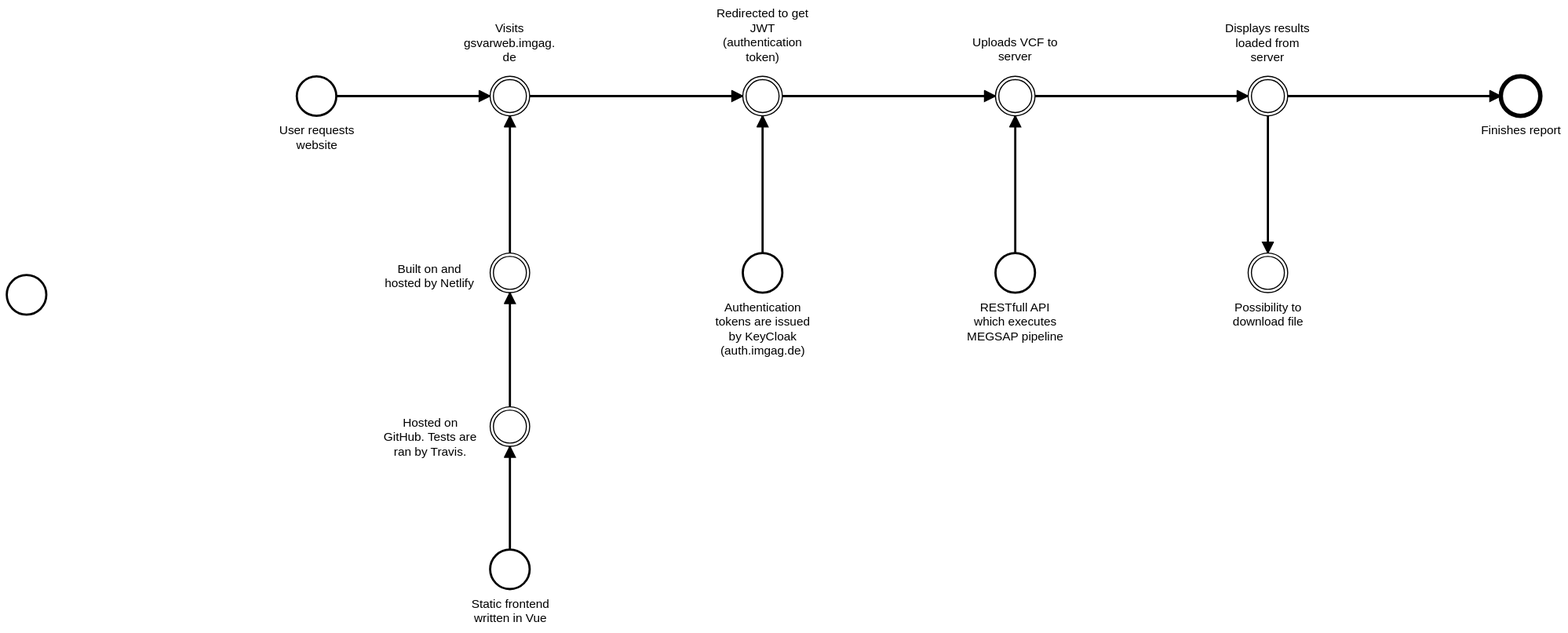
This is docs/user_flow.svg from imgag/GSVarWeb, a BPMN export, as it was before one commit. Its source is kept beside it as docs/user_flow.bpmn. Ids are renumbered. The source it was exported from:
```xml
<bpmn:definitions xmlns:xsi="http://www.w3.org/2001/XMLSchema-instance" xmlns:bpmn="http://www.omg.org/spec/BPMN/20100524/MODEL" xmlns:bpmndi="http://www.omg.org/spec/BPMN/20100524/DI" xmlns:dc="http://www.omg.org/spec/DD/20100524/DC" xmlns:di="http://www.omg.org/spec/DD/20100524/DI" id="Definitions_n1" targetNamespace="http://bpmn.io/schema/bpmn" exporter="bpmn-js (https://demo.bpmn.io)" exporterVersion="4.1.0-beta.0">
  <bpmn:process id="Process_n2" isExecutable="false">
    <bpmn:startEvent id="StartEvent_n3" name="User requests website">
      <bpmn:outgoing>SequenceFlow_n4</bpmn:outgoing>
    </bpmn:startEvent>
    <bpmn:sequenceFlow id="SequenceFlow_n4" sourceRef="StartEvent_n3" targetRef="IntermediateThrowEvent_n5" />
    <bpmn:intermediateThrowEvent id="IntermediateThrowEvent_n5" name="Visits gsvarweb.imgag.de">
      <bpmn:incoming>SequenceFlow_n4</bpmn:incoming>
      <bpmn:incoming>SequenceFlow_n6</bpmn:incoming>
      <bpmn:outgoing>SequenceFlow_n7</bpmn:outgoing>
    </bpmn:intermediateThrowEvent>
    <bpmn:sequenceFlow id="SequenceFlow_n7" sourceRef="IntermediateThrowEvent_n5" targetRef="IntermediateThrowEvent_n8" />
    <bpmn:startEvent id="StartEvent_n9" name="Static frontend written in Vue">
      <bpmn:outgoing>SequenceFlow_n10</bpmn:outgoing>
    </bpmn:startEvent>
    <bpmn:intermediateThrowEvent id="IntermediateThrowEvent_n11" name="Built on and hosted by Netlify">
      <bpmn:incoming>SequenceFlow_n12</bpmn:incoming>
      <bpmn:outgoing>SequenceFlow_n6</bpmn:outgoing>
    </bpmn:intermediateThrowEvent>
    <bpmn:sequenceFlow id="SequenceFlow_n10" sourceRef="StartEvent_n9" targetRef="IntermediateThrowEvent_n13" />
    <bpmn:sequenceFlow id="SequenceFlow_n6" sourceRef="IntermediateThrowEvent_n11" targetRef="IntermediateThrowEvent_n5" />
    <bpmn:intermediateThrowEvent id="IntermediateThrowEvent_n8" name="Redirected to get JWT (authentication token)">
      <bpmn:incoming>SequenceFlow_n7</bpmn:incoming>
      <bpmn:incoming>SequenceFlow_n14</bpmn:incoming>
      <bpmn:outgoing>SequenceFlow_n15</bpmn:outgoing>
    </bpmn:intermediateThrowEvent>
    <bpmn:startEvent id="StartEvent_n16" name="Authentication tokens are issued by KeyCloak (auth.imgag.de)">
      <bpmn:outgoing>SequenceFlow_n14</bpmn:outgoing>
    </bpmn:startEvent>
    <bpmn:sequenceFlow id="SequenceFlow_n14" sourceRef="StartEvent_n16" targetRef="IntermediateThrowEvent_n8" />
    <bpmn:intermediateThrowEvent id="IntermediateThrowEvent_n13" name="Hosted on GitHub. Tests are ran by Travis.">
      <bpmn:incoming>SequenceFlow_n10</bpmn:incoming>
      <bpmn:outgoing>SequenceFlow_n12</bpmn:outgoing>
    </bpmn:intermediateThrowEvent>
    <bpmn:sequenceFlow id="SequenceFlow_n12" sourceRef="IntermediateThrowEvent_n13" targetRef="IntermediateThrowEvent_n11" />
    <bpmn:intermediateThrowEvent id="IntermediateThrowEvent_n17" name="Uploads VCF to server">
      <bpmn:incoming>SequenceFlow_n15</bpmn:incoming>
      <bpmn:incoming>SequenceFlow_n18</bpmn:incoming>
      <bpmn:outgoing>SequenceFlow_n19</bpmn:outgoing>
    </bpmn:intermediateThrowEvent>
    <bpmn:sequenceFlow id="SequenceFlow_n15" sourceRef="IntermediateThrowEvent_n8" targetRef="IntermediateThrowEvent_n17" />
    <bpmn:startEvent id="StartEvent_n20" name="RESTfull API which executes MEGSAP pipeline">
      <bpmn:outgoing>SequenceFlow_n18</bpmn:outgoing>
    </bpmn:startEvent>
    <bpmn:sequenceFlow id="SequenceFlow_n18" sourceRef="StartEvent_n20" targetRef="IntermediateThrowEvent_n17" />
    <bpmn:startEvent id="StartEvent_n21" />
    <bpmn:intermediateThrowEvent id="IntermediateThrowEvent_n22" name="Displays results loaded from server">
      <bpmn:incoming>SequenceFlow_n19</bpmn:incoming>
      <bpmn:outgoing>SequenceFlow_n23</bpmn:outgoing>
      <bpmn:outgoing>SequenceFlow_n24</bpmn:outgoing>
    </bpmn:intermediateThrowEvent>
    <bpmn:sequenceFlow id="SequenceFlow_n19" sourceRef="IntermediateThrowEvent_n17" targetRef="IntermediateThrowEvent_n22" />
    <bpmn:intermediateThrowEvent id="IntermediateThrowEvent_n25" name="Possibility to download file">
      <bpmn:incoming>SequenceFlow_n23</bpmn:incoming>
    </bpmn:intermediateThrowEvent>
    <bpmn:sequenceFlow id="SequenceFlow_n23" sourceRef="IntermediateThrowEvent_n22" targetRef="IntermediateThrowEvent_n25" />
    <bpmn:endEvent id="EndEvent_n26" name="Finishes report">
      <bpmn:incoming>SequenceFlow_n24</bpmn:incoming>
    </bpmn:endEvent>
    <bpmn:sequenceFlow id="SequenceFlow_n24" sourceRef="IntermediateThrowEvent_n22" targetRef="EndEvent_n26" />
  </bpmn:process>
  <bpmndi:BPMNDiagram id="BPMNDiagram_1">
    <bpmndi:BPMNPlane id="BPMNPlane_1" bpmnElement="Process_n2">
      <bpmndi:BPMNShape id="_BPMNShape_StartEvent_2" bpmnElement="StartEvent_n3">
        <dc:Bounds x="416" y="141" width="36" height="36" />
        <bpmndi:BPMNLabel>
          <dc:Bounds x="400" y="184" width="69" height="27" />
        </bpmndi:BPMNLabel>
      </bpmndi:BPMNShape>
      <bpmndi:BPMNEdge id="SequenceFlow_n4_di" bpmnElement="SequenceFlow_n4">
        <di:waypoint x="452" y="159" />
        <di:waypoint x="592" y="159" />
      </bpmndi:BPMNEdge>
      <bpmndi:BPMNShape id="IntermediateThrowEvent_n5_di" bpmnElement="IntermediateThrowEvent_n5">
        <dc:Bounds x="592" y="141" width="36" height="36" />
        <bpmndi:BPMNLabel>
          <dc:Bounds x="568" y="91" width="84" height="40" />
        </bpmndi:BPMNLabel>
      </bpmndi:BPMNShape>
      <bpmndi:BPMNEdge id="SequenceFlow_n7_di" bpmnElement="SequenceFlow_n7">
        <di:waypoint x="628" y="159" />
        <di:waypoint x="822" y="159" />
      </bpmndi:BPMNEdge>
      <bpmndi:BPMNShape id="StartEvent_n9_di" bpmnElement="StartEvent_n9">
        <dc:Bounds x="592" y="572" width="36" height="36" />
        <bpmndi:BPMNLabel>
          <dc:Bounds x="575" y="615" width="71" height="27" />
        </bpmndi:BPMNLabel>
      </bpmndi:BPMNShape>
      <bpmndi:BPMNShape id="IntermediateThrowEvent_n11_di" bpmnElement="IntermediateThrowEvent_n11">
        <dc:Bounds x="592" y="302" width="36" height="36" />
        <bpmndi:BPMNLabel>
          <dc:Bounds x="496" y="310" width="82" height="27" />
        </bpmndi:BPMNLabel>
      </bpmndi:BPMNShape>
      <bpmndi:BPMNEdge id="SequenceFlow_n10_di" bpmnElement="SequenceFlow_n10">
        <di:waypoint x="610" y="572" />
        <di:waypoint x="610" y="478" />
      </bpmndi:BPMNEdge>
      <bpmndi:BPMNEdge id="SequenceFlow_n6_di" bpmnElement="SequenceFlow_n6">
        <di:waypoint x="610" y="302" />
        <di:waypoint x="610" y="177" />
      </bpmndi:BPMNEdge>
      <bpmndi:BPMNShape id="IntermediateThrowEvent_n8_di" bpmnElement="IntermediateThrowEvent_n8">
        <dc:Bounds x="822" y="141" width="36" height="36" />
        <bpmndi:BPMNLabel>
          <dc:Bounds x="798" y="77.5" width="84" height="53" />
        </bpmndi:BPMNLabel>
      </bpmndi:BPMNShape>
      <bpmndi:BPMNShape id="StartEvent_n16_di" bpmnElement="StartEvent_n16">
        <dc:Bounds x="822" y="302" width="36" height="36" />
        <bpmndi:BPMNLabel>
          <dc:Bounds x="797" y="345" width="87" height="53" />
        </bpmndi:BPMNLabel>
      </bpmndi:BPMNShape>
      <bpmndi:BPMNEdge id="SequenceFlow_n14_di" bpmnElement="SequenceFlow_n14">
        <di:waypoint x="840" y="302" />
        <di:waypoint x="840" y="177" />
      </bpmndi:BPMNEdge>
      <bpmndi:BPMNShape id="IntermediateThrowEvent_n13_di" bpmnElement="IntermediateThrowEvent_n13">
        <dc:Bounds x="592" y="442" width="36" height="36" />
        <bpmndi:BPMNLabel>
          <dc:Bounds x="495" y="450" width="85" height="40" />
        </bpmndi:BPMNLabel>
      </bpmndi:BPMNShape>
      <bpmndi:BPMNEdge id="SequenceFlow_n12_di" bpmnElement="SequenceFlow_n12">
        <di:waypoint x="610" y="442" />
        <di:waypoint x="610" y="338" />
      </bpmndi:BPMNEdge>
      <bpmndi:BPMNShape id="IntermediateThrowEvent_n17_di" bpmnElement="IntermediateThrowEvent_n17">
        <dc:Bounds x="1052" y="141" width="36" height="36" />
        <bpmndi:BPMNLabel>
          <dc:Bounds x="1031" y="103.5" width="78" height="27" />
        </bpmndi:BPMNLabel>
      </bpmndi:BPMNShape>
      <bpmndi:BPMNEdge id="SequenceFlow_n15_di" bpmnElement="SequenceFlow_n15">
        <di:waypoint x="858" y="159" />
        <di:waypoint x="1052" y="159" />
      </bpmndi:BPMNEdge>
      <bpmndi:BPMNShape id="StartEvent_n20_di" bpmnElement="StartEvent_n20">
        <dc:Bounds x="1052" y="302" width="36" height="36" />
        <bpmndi:BPMNLabel>
          <dc:Bounds x="1026" y="345" width="89" height="40" />
        </bpmndi:BPMNLabel>
      </bpmndi:BPMNShape>
      <bpmndi:BPMNEdge id="SequenceFlow_n18_di" bpmnElement="SequenceFlow_n18">
        <di:waypoint x="1070" y="302" />
        <di:waypoint x="1070" y="177" />
      </bpmndi:BPMNEdge>
      <bpmndi:BPMNShape id="StartEvent_n21_di" bpmnElement="StartEvent_n21">
        <dc:Bounds x="152" y="322" width="36" height="36" />
      </bpmndi:BPMNShape>
      <bpmndi:BPMNShape id="IntermediateThrowEvent_n22_di" bpmnElement="IntermediateThrowEvent_n22">
        <dc:Bounds x="1282" y="141" width="36" height="36" />
        <bpmndi:BPMNLabel>
          <dc:Bounds x="1261" y="91" width="78" height="40" />
        </bpmndi:BPMNLabel>
      </bpmndi:BPMNShape>
      <bpmndi:BPMNEdge id="SequenceFlow_n19_di" bpmnElement="SequenceFlow_n19">
        <di:waypoint x="1088" y="159" />
        <di:waypoint x="1282" y="159" />
      </bpmndi:BPMNEdge>
      <bpmndi:BPMNShape id="IntermediateThrowEvent_n25_di" bpmnElement="IntermediateThrowEvent_n25">
        <dc:Bounds x="1282" y="302" width="36" height="36" />
        <bpmndi:BPMNLabel>
          <dc:Bounds x="1268" y="345" width="65" height="27" />
        </bpmndi:BPMNLabel>
      </bpmndi:BPMNShape>
      <bpmndi:BPMNEdge id="SequenceFlow_n23_di" bpmnElement="SequenceFlow_n23">
        <di:waypoint x="1300" y="177" />
        <di:waypoint x="1300" y="302" />
      </bpmndi:BPMNEdge>
      <bpmndi:BPMNShape id="EndEvent_n26_di" bpmnElement="EndEvent_n26">
        <dc:Bounds x="1512" y="141" width="36" height="36" />
        <bpmndi:BPMNLabel>
          <dc:Bounds x="1494" y="184" width="73" height="14" />
        </bpmndi:BPMNLabel>
      </bpmndi:BPMNShape>
      <bpmndi:BPMNEdge id="SequenceFlow_n24_di" bpmnElement="SequenceFlow_n24">
        <di:waypoint x="1318" y="159" />
        <di:waypoint x="1512" y="159" />
      </bpmndi:BPMNEdge>
    </bpmndi:BPMNPlane>
  </bpmndi:BPMNDiagram>
</bpmn:definitions>
```
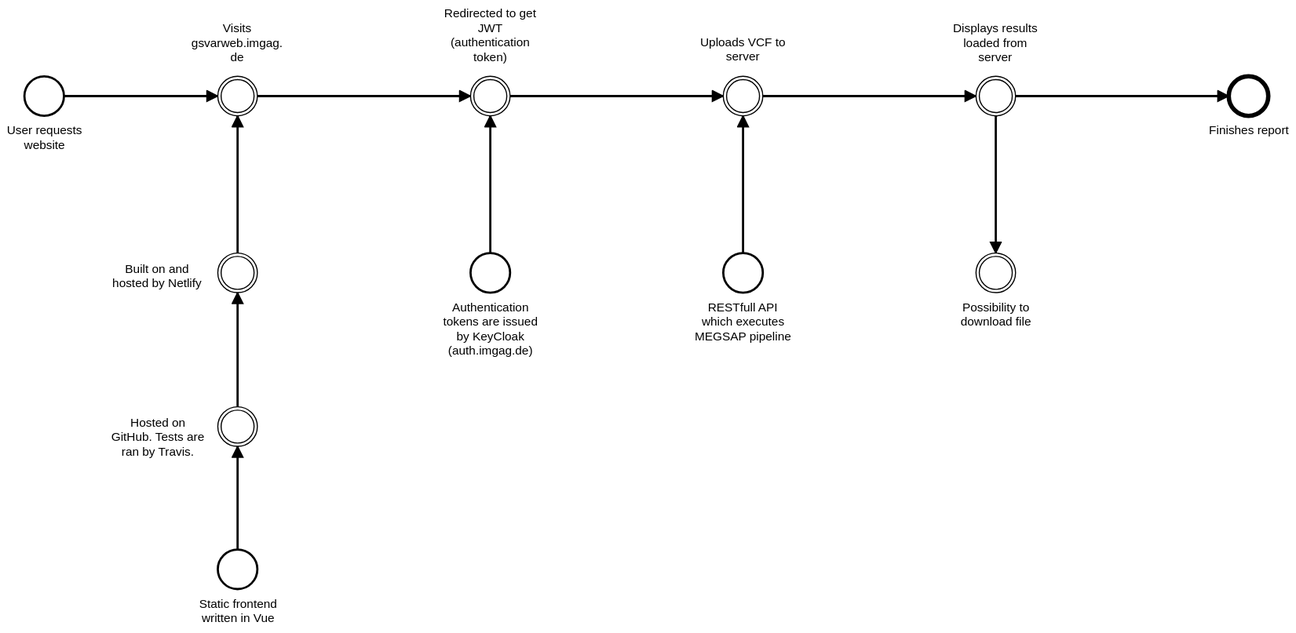
Above is the later version.

Commit message:
Remove obsolete nodes from bpmn.

Diff of the diagram source:
```diff
@@ -43,7 +43,6 @@
       <bpmn:outgoing>SequenceFlow_n18</bpmn:outgoing>
     </bpmn:startEvent>
     <bpmn:sequenceFlow id="SequenceFlow_n18" sourceRef="StartEvent_n20" targetRef="IntermediateThrowEvent_n17" />
-    <bpmn:startEvent id="StartEvent_n21" />
     <bpmn:intermediateThrowEvent id="IntermediateThrowEvent_n22" name="Displays results loaded from server">
       <bpmn:incoming>SequenceFlow_n19</bpmn:incoming>
       <bpmn:outgoing>SequenceFlow_n23</bpmn:outgoing>
@@ -62,123 +61,120 @@
   <bpmndi:BPMNDiagram id="BPMNDiagram_1">
     <bpmndi:BPMNPlane id="BPMNPlane_1" bpmnElement="Process_n2">
       <bpmndi:BPMNShape id="_BPMNShape_StartEvent_2" bpmnElement="StartEvent_n3">
-        <dc:Bounds x="416" y="141" width="36" height="36" />
+        <dc:Bounds x="176" y="141" width="36" height="36" />
         <bpmndi:BPMNLabel>
-          <dc:Bounds x="400" y="184" width="69" height="27" />
+          <dc:Bounds x="160" y="184" width="69" height="27" />
         </bpmndi:BPMNLabel>
       </bpmndi:BPMNShape>
       <bpmndi:BPMNEdge id="SequenceFlow_n4_di" bpmnElement="SequenceFlow_n4">
-        <di:waypoint x="452" y="159" />
-        <di:waypoint x="592" y="159" />
+        <di:waypoint x="212" y="159" />
+        <di:waypoint x="352" y="159" />
       </bpmndi:BPMNEdge>
       <bpmndi:BPMNShape id="IntermediateThrowEvent_n5_di" bpmnElement="IntermediateThrowEvent_n5">
-        <dc:Bounds x="592" y="141" width="36" height="36" />
+        <dc:Bounds x="352" y="141" width="36" height="36" />
         <bpmndi:BPMNLabel>
-          <dc:Bounds x="568" y="91" width="84" height="40" />
+          <dc:Bounds x="328" y="91" width="84" height="40" />
         </bpmndi:BPMNLabel>
       </bpmndi:BPMNShape>
       <bpmndi:BPMNEdge id="SequenceFlow_n7_di" bpmnElement="SequenceFlow_n7">
-        <di:waypoint x="628" y="159" />
-        <di:waypoint x="822" y="159" />
+        <di:waypoint x="388" y="159" />
+        <di:waypoint x="582" y="159" />
       </bpmndi:BPMNEdge>
       <bpmndi:BPMNShape id="StartEvent_n9_di" bpmnElement="StartEvent_n9">
-        <dc:Bounds x="592" y="572" width="36" height="36" />
+        <dc:Bounds x="352" y="572" width="36" height="36" />
         <bpmndi:BPMNLabel>
-          <dc:Bounds x="575" y="615" width="71" height="27" />
+          <dc:Bounds x="335" y="615" width="71" height="27" />
         </bpmndi:BPMNLabel>
       </bpmndi:BPMNShape>
       <bpmndi:BPMNShape id="IntermediateThrowEvent_n11_di" bpmnElement="IntermediateThrowEvent_n11">
-        <dc:Bounds x="592" y="302" width="36" height="36" />
+        <dc:Bounds x="352" y="302" width="36" height="36" />
         <bpmndi:BPMNLabel>
-          <dc:Bounds x="496" y="310" width="82" height="27" />
+          <dc:Bounds x="256" y="310" width="82" height="27" />
         </bpmndi:BPMNLabel>
       </bpmndi:BPMNShape>
       <bpmndi:BPMNEdge id="SequenceFlow_n10_di" bpmnElement="SequenceFlow_n10">
-        <di:waypoint x="610" y="572" />
-        <di:waypoint x="610" y="478" />
+        <di:waypoint x="370" y="572" />
+        <di:waypoint x="370" y="478" />
       </bpmndi:BPMNEdge>
       <bpmndi:BPMNEdge id="SequenceFlow_n6_di" bpmnElement="SequenceFlow_n6">
-        <di:waypoint x="610" y="302" />
-        <di:waypoint x="610" y="177" />
+        <di:waypoint x="370" y="302" />
+        <di:waypoint x="370" y="177" />
       </bpmndi:BPMNEdge>
       <bpmndi:BPMNShape id="IntermediateThrowEvent_n8_di" bpmnElement="IntermediateThrowEvent_n8">
-        <dc:Bounds x="822" y="141" width="36" height="36" />
+        <dc:Bounds x="582" y="141" width="36" height="36" />
         <bpmndi:BPMNLabel>
-          <dc:Bounds x="798" y="77.5" width="84" height="53" />
+          <dc:Bounds x="558" y="77.5" width="84" height="53" />
         </bpmndi:BPMNLabel>
       </bpmndi:BPMNShape>
       <bpmndi:BPMNShape id="StartEvent_n16_di" bpmnElement="StartEvent_n16">
-        <dc:Bounds x="822" y="302" width="36" height="36" />
+        <dc:Bounds x="582" y="302" width="36" height="36" />
         <bpmndi:BPMNLabel>
-          <dc:Bounds x="797" y="345" width="87" height="53" />
+          <dc:Bounds x="557" y="345" width="87" height="53" />
         </bpmndi:BPMNLabel>
       </bpmndi:BPMNShape>
       <bpmndi:BPMNEdge id="SequenceFlow_n14_di" bpmnElement="SequenceFlow_n14">
-        <di:waypoint x="840" y="302" />
-        <di:waypoint x="840" y="177" />
+        <di:waypoint x="600" y="302" />
+        <di:waypoint x="600" y="177" />
       </bpmndi:BPMNEdge>
       <bpmndi:BPMNShape id="IntermediateThrowEvent_n13_di" bpmnElement="IntermediateThrowEvent_n13">
-        <dc:Bounds x="592" y="442" width="36" height="36" />
+        <dc:Bounds x="352" y="442" width="36" height="36" />
         <bpmndi:BPMNLabel>
-          <dc:Bounds x="495" y="450" width="85" height="40" />
+          <dc:Bounds x="255" y="450" width="85" height="40" />
         </bpmndi:BPMNLabel>
       </bpmndi:BPMNShape>
       <bpmndi:BPMNEdge id="SequenceFlow_n12_di" bpmnElement="SequenceFlow_n12">
-        <di:waypoint x="610" y="442" />
-        <di:waypoint x="610" y="338" />
+        <di:waypoint x="370" y="442" />
+        <di:waypoint x="370" y="338" />
       </bpmndi:BPMNEdge>
       <bpmndi:BPMNShape id="IntermediateThrowEvent_n17_di" bpmnElement="IntermediateThrowEvent_n17">
-        <dc:Bounds x="1052" y="141" width="36" height="36" />
+        <dc:Bounds x="812" y="141" width="36" height="36" />
         <bpmndi:BPMNLabel>
-          <dc:Bounds x="1031" y="103.5" width="78" height="27" />
+          <dc:Bounds x="791" y="103.5" width="78" height="27" />
         </bpmndi:BPMNLabel>
       </bpmndi:BPMNShape>
       <bpmndi:BPMNEdge id="SequenceFlow_n15_di" bpmnElement="SequenceFlow_n15">
-        <di:waypoint x="858" y="159" />
-        <di:waypoint x="1052" y="159" />
+        <di:waypoint x="618" y="159" />
+        <di:waypoint x="812" y="159" />
       </bpmndi:BPMNEdge>
       <bpmndi:BPMNShape id="StartEvent_n20_di" bpmnElement="StartEvent_n20">
-        <dc:Bounds x="1052" y="302" width="36" height="36" />
+        <dc:Bounds x="812" y="302" width="36" height="36" />
         <bpmndi:BPMNLabel>
-          <dc:Bounds x="1026" y="345" width="89" height="40" />
+          <dc:Bounds x="786" y="345" width="89" height="40" />
         </bpmndi:BPMNLabel>
       </bpmndi:BPMNShape>
       <bpmndi:BPMNEdge id="SequenceFlow_n18_di" bpmnElement="SequenceFlow_n18">
-        <di:waypoint x="1070" y="302" />
-        <di:waypoint x="1070" y="177" />
+        <di:waypoint x="830" y="302" />
+        <di:waypoint x="830" y="177" />
       </bpmndi:BPMNEdge>
-      <bpmndi:BPMNShape id="StartEvent_n21_di" bpmnElement="StartEvent_n21">
-        <dc:Bounds x="152" y="322" width="36" height="36" />
-      </bpmndi:BPMNShape>
       <bpmndi:BPMNShape id="IntermediateThrowEvent_n22_di" bpmnElement="IntermediateThrowEvent_n22">
-        <dc:Bounds x="1282" y="141" width="36" height="36" />
+        <dc:Bounds x="1042" y="141" width="36" height="36" />
         <bpmndi:BPMNLabel>
-          <dc:Bounds x="1261" y="91" width="78" height="40" />
+          <dc:Bounds x="1021" y="91" width="78" height="40" />
         </bpmndi:BPMNLabel>
       </bpmndi:BPMNShape>
       <bpmndi:BPMNEdge id="SequenceFlow_n19_di" bpmnElement="SequenceFlow_n19">
-        <di:waypoint x="1088" y="159" />
-        <di:waypoint x="1282" y="159" />
+        <di:waypoint x="848" y="159" />
+        <di:waypoint x="1042" y="159" />
       </bpmndi:BPMNEdge>
       <bpmndi:BPMNShape id="IntermediateThrowEvent_n25_di" bpmnElement="IntermediateThrowEvent_n25">
-        <dc:Bounds x="1282" y="302" width="36" height="36" />
+        <dc:Bounds x="1042" y="302" width="36" height="36" />
         <bpmndi:BPMNLabel>
-          <dc:Bounds x="1268" y="345" width="65" height="27" />
+          <dc:Bounds x="1028" y="345" width="65" height="27" />
         </bpmndi:BPMNLabel>
       </bpmndi:BPMNShape>
       <bpmndi:BPMNEdge id="SequenceFlow_n23_di" bpmnElement="SequenceFlow_n23">
-        <di:waypoint x="1300" y="177" />
-        <di:waypoint x="1300" y="302" />
+        <di:waypoint x="1060" y="177" />
+        <di:waypoint x="1060" y="302" />
       </bpmndi:BPMNEdge>
       <bpmndi:BPMNShape id="EndEvent_n26_di" bpmnElement="EndEvent_n26">
-        <dc:Bounds x="1512" y="141" width="36" height="36" />
+        <dc:Bounds x="1272" y="141" width="36" height="36" />
         <bpmndi:BPMNLabel>
-          <dc:Bounds x="1494" y="184" width="73" height="14" />
+          <dc:Bounds x="1254" y="184" width="73" height="14" />
         </bpmndi:BPMNLabel>
       </bpmndi:BPMNShape>
       <bpmndi:BPMNEdge id="SequenceFlow_n24_di" bpmnElement="SequenceFlow_n24">
-        <di:waypoint x="1318" y="159" />
-        <di:waypoint x="1512" y="159" />
+        <di:waypoint x="1078" y="159" />
+        <di:waypoint x="1272" y="159" />
       </bpmndi:BPMNEdge>
     </bpmndi:BPMNPlane>
   </bpmndi:BPMNDiagram>
```
